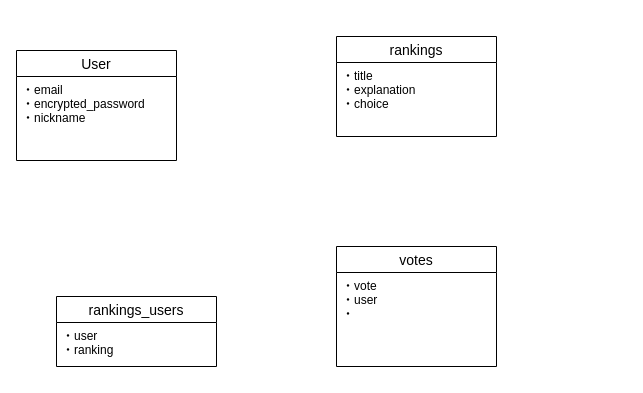
Above: app_rank.dio in kenta0905/app_rank (draw.io), before the change. Source tidied: cells renumbered, new cells numbered last; positions are measured from the earlier drawing's top-left corner, leaving out a move shared by most shapes. Both pictures are drawn from the tidied source at 100%, with x=0, y=0 at pixel (16, 36).
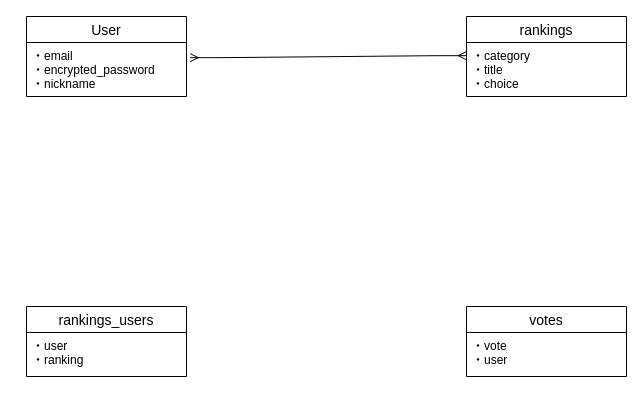
The same diagram, later.

The edit, as a diff of the source:
```diff
@@
 <mxGraphModel>
   <root>
     <mxCell id="0" />
     <mxCell id="1" parent="0" />
     <mxCell id="2" value="votes" style="swimlane;fontStyle=0;horizontal=1;startSize=26;align=center;fontSize=14;" parent="1" vertex="1">
-      <mxGeometry x="320" y="210" width="160" height="120" as="geometry" />
+      <mxGeometry x="450" y="270" width="160" height="70" as="geometry" />
     </mxCell>
-    <mxCell id="3" value="・vote&#10;・user&#10;・&#10;" style="text;strokeColor=none;fillColor=none;spacingLeft=4;spacingRight=4;overflow=hidden;fontSize=12;" parent="2" vertex="1">
-      <mxGeometry y="26" width="160" height="94" as="geometry" />
+    <mxCell id="3" value="・vote&#10;・user&#10;" style="text;strokeColor=none;fillColor=none;spacingLeft=4;spacingRight=4;overflow=hidden;fontSize=12;" parent="2" vertex="1">
+      <mxGeometry y="26" width="160" height="44" as="geometry" />
     </mxCell>
     <mxCell id="4" value="User" style="swimlane;fontStyle=0;horizontal=1;startSize=26;align=center;fontSize=14;" parent="1" vertex="1">
-      <mxGeometry y="14" width="160" height="110" as="geometry" />
+      <mxGeometry x="10" y="-20" width="160" height="80" as="geometry" />
     </mxCell>
     <mxCell id="5" value="・email&#10;・encrypted_password&#10;・nickname&#10;&#10;&#10;" style="text;strokeColor=none;fillColor=none;spacingLeft=4;spacingRight=4;overflow=hidden;points=[[0,0.5],[1,0.5]];portConstraint=eastwest;fontSize=12;" parent="4" vertex="1">
-      <mxGeometry y="26" width="160" height="84" as="geometry" />
+      <mxGeometry y="26" width="160" height="54" as="geometry" />
     </mxCell>
     <mxCell id="6" value="rankings_users" style="swimlane;fontStyle=0;horizontal=1;startSize=26;align=center;fontSize=14;" parent="1" vertex="1">
-      <mxGeometry x="40" y="260" width="160" height="70" as="geometry" />
+      <mxGeometry x="10" y="270" width="160" height="70" as="geometry" />
     </mxCell>
     <mxCell id="7" value="・user&#10;・ranking&#10;" style="text;strokeColor=none;fillColor=none;spacingLeft=4;spacingRight=4;overflow=hidden;fontSize=12;" parent="6" vertex="1">
       <mxGeometry y="26" width="160" height="44" as="geometry" />
     </mxCell>
     <mxCell id="8" value="rankings" style="swimlane;fontStyle=0;horizontal=1;startSize=26;align=center;fontSize=14;" parent="1" vertex="1">
-      <mxGeometry x="320" width="160" height="100" as="geometry" />
+      <mxGeometry x="450" y="-20" width="160" height="80" as="geometry" />
     </mxCell>
-    <mxCell id="9" value="・title&#10;・explanation&#10;・choice&#10;&#10;" style="text;strokeColor=none;fillColor=none;spacingLeft=4;spacingRight=4;overflow=hidden;points=[[0,0.5],[1,0.5]];portConstraint=eastwest;fontSize=12;" parent="8" vertex="1">
-      <mxGeometry y="26" width="160" height="74" as="geometry" />
+    <mxCell id="9" value="・category&#10;・title&#10;・choice&#10;&#10;" style="text;strokeColor=none;fillColor=none;spacingLeft=4;spacingRight=4;overflow=hidden;points=[[0,0.5],[1,0.5]];portConstraint=eastwest;fontSize=12;" parent="8" vertex="1">
+      <mxGeometry y="26" width="160" height="54" as="geometry" />
     </mxCell>
+    <mxCell id="10" style="edgeStyle=entityRelationEdgeStyle;fontSize=12;html=1;endArrow=ERmany;startArrow=ERmany;exitX=1.023;exitY=0.281;exitDx=0;exitDy=0;exitPerimeter=0;entryX=-0.002;entryY=0.244;entryDx=0;entryDy=0;entryPerimeter=0;" parent="1" edge="1" source="5" target="9">
+      <mxGeometry relative="1" as="geometry" />
+    </mxCell>
   </root>
 </mxGraphModel>
```
